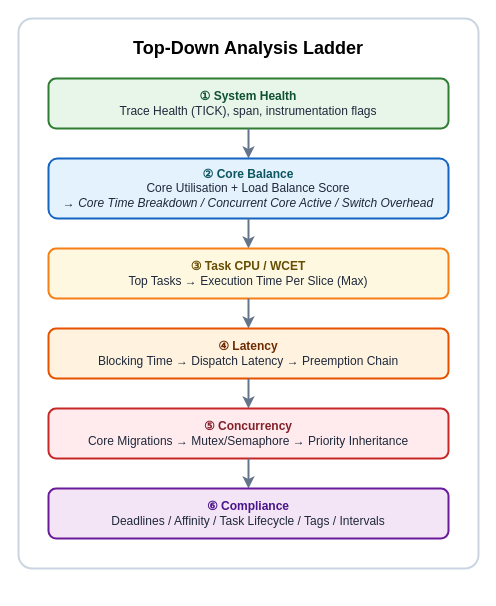
Earlier version of the draw.io diagram images/workflows.drawio (kuopinghsu/FreeRTOS-BTF-Trace). Source tidied: cells renumbered, new cells numbered last; positions are measured from the earlier drawing's top-left corner, leaving out a move shared by most shapes. Both pictures are drawn from the tidied source at 100%, with x=0, y=0 at pixel (18, 18).
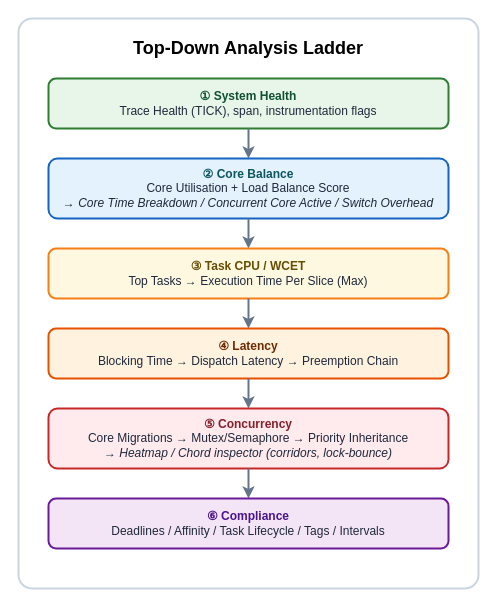
After the change.

What changed in the source:
```diff
@@
 <mxGraphModel>
   <root>
     <mxCell id="0" />
     <mxCell id="1" parent="0" />
     <mxCell id="2" style="rounded=1;whiteSpace=wrap;html=1;fillColor=#ffffff;strokeColor=#cbd5e1;strokeWidth=2;opacity=100;arcSize=3;" parent="1" vertex="1">
-      <mxGeometry width="460" height="550" as="geometry" />
+      <mxGeometry width="460" height="570" as="geometry" />
     </mxCell>
     <mxCell id="3" value="Top-Down Analysis Ladder" style="text;html=1;strokeColor=none;fillColor=none;align=center;verticalAlign=middle;whiteSpace=wrap;rounded=0;fontSize=18;fontStyle=1;" parent="1" vertex="1">
       <mxGeometry x="70" y="15" width="320" height="30" as="geometry" />
     </mxCell>
     <mxCell id="4" value="&lt;b style=&quot;color:#0f5132;&quot;&gt;① System Health&lt;/b&gt;&lt;br&gt;&lt;span style=&quot;color:#1e293b;&quot;&gt;Trace Health (TICK), span, instrumentation flags&lt;/span&gt;" style="rounded=1;whiteSpace=wrap;html=1;fillColor=#e8f5e9;strokeColor=#2e7d32;strokeWidth=2;fontSize=12;align=center;opacity=100;" parent="1" vertex="1">
       <mxGeometry x="30" y="60" width="400" height="50" as="geometry" />
     </mxCell>
     <mxCell id="5" style="edgeStyle=orthogonalEdgeStyle;rounded=0;jettySize=auto;html=1;exitX=0.5;exitY=1;exitDx=0;exitDy=0;entryX=0.5;entryY=0;entryDx=0;entryDy=0;strokeColor=#64748b;strokeWidth=2;" parent="1" edge="1" source="4" target="6">
       <mxGeometry relative="1" as="geometry" />
     </mxCell>
     <mxCell id="6" value="&lt;b style=&quot;color:#0c5460;&quot;&gt;② Core Balance&lt;/b&gt;&lt;br&gt;&lt;span style=&quot;color:#1e293b;&quot;&gt;Core Utilisation + Load Balance Score&lt;br&gt;&lt;i&gt;→ Core Time Breakdown / Concurrent Core Active / Switch Overhead&lt;/i&gt;&lt;/span&gt;" style="rounded=1;whiteSpace=wrap;html=1;fillColor=#e3f2fd;strokeColor=#1565c0;strokeWidth=2;fontSize=12;align=center;opacity=100;" parent="1" vertex="1">
       <mxGeometry x="30" y="140" width="400" height="60" as="geometry" />
     </mxCell>
     <mxCell id="7" style="edgeStyle=orthogonalEdgeStyle;rounded=0;jettySize=auto;html=1;exitX=0.5;exitY=1;exitDx=0;exitDy=0;entryX=0.5;entryY=0;entryDx=0;entryDy=0;strokeColor=#64748b;strokeWidth=2;" parent="1" edge="1" source="6" target="8">
       <mxGeometry relative="1" as="geometry" />
     </mxCell>
     <mxCell id="8" value="&lt;b style=&quot;color:#664d03;&quot;&gt;③ Task CPU / WCET&lt;/b&gt;&lt;br&gt;&lt;span style=&quot;color:#1e293b;&quot;&gt;Top Tasks → Execution Time Per Slice (Max)&lt;/span&gt;" style="rounded=1;whiteSpace=wrap;html=1;fillColor=#fff8e1;strokeColor=#f57f17;strokeWidth=2;fontSize=12;align=center;opacity=100;" parent="1" vertex="1">
       <mxGeometry x="30" y="230" width="400" height="50" as="geometry" />
     </mxCell>
     <mxCell id="9" style="edgeStyle=orthogonalEdgeStyle;rounded=0;jettySize=auto;html=1;exitX=0.5;exitY=1;exitDx=0;exitDy=0;entryX=0.5;entryY=0;entryDx=0;entryDy=0;strokeColor=#64748b;strokeWidth=2;" parent="1" edge="1" source="8" target="10">
       <mxGeometry relative="1" as="geometry" />
     </mxCell>
     <mxCell id="10" value="&lt;b style=&quot;color:#6e2a00;&quot;&gt;④ Latency&lt;/b&gt;&lt;br&gt;&lt;span style=&quot;color:#1e293b;&quot;&gt;Blocking Time → Dispatch Latency → Preemption Chain&lt;/span&gt;" style="rounded=1;whiteSpace=wrap;html=1;fillColor=#fff3e0;strokeColor=#e65100;strokeWidth=2;fontSize=12;align=center;opacity=100;" parent="1" vertex="1">
       <mxGeometry x="30" y="310" width="400" height="50" as="geometry" />
     </mxCell>
     <mxCell id="11" style="edgeStyle=orthogonalEdgeStyle;rounded=0;jettySize=auto;html=1;exitX=0.5;exitY=1;exitDx=0;exitDy=0;entryX=0.5;entryY=0;entryDx=0;entryDy=0;strokeColor=#64748b;strokeWidth=2;" parent="1" edge="1" source="10" target="12">
       <mxGeometry relative="1" as="geometry" />
     </mxCell>
-    <mxCell id="12" value="&lt;b style=&quot;color:#842029;&quot;&gt;⑤ Concurrency&lt;/b&gt;&lt;br&gt;&lt;span style=&quot;color:#1e293b;&quot;&gt;Core Migrations → Mutex/Semaphore → Priority Inheritance&lt;/span&gt;" style="rounded=1;whiteSpace=wrap;html=1;fillColor=#ffebee;strokeColor=#c62828;strokeWidth=2;fontSize=12;align=center;opacity=100;" parent="1" vertex="1">
-      <mxGeometry x="30" y="390" width="400" height="50" as="geometry" />
+    <mxCell id="12" value="&lt;b style=&quot;color:#842029;&quot;&gt;⑤ Concurrency&lt;/b&gt;&lt;br&gt;&lt;span style=&quot;color:#1e293b;&quot;&gt;Core Migrations → Mutex/Semaphore → Priority Inheritance&lt;br&gt;&lt;i&gt;→ Heatmap / Chord inspector (corridors, lock-bounce)&lt;/i&gt;&lt;/span&gt;" style="rounded=1;whiteSpace=wrap;html=1;fillColor=#ffebee;strokeColor=#c62828;strokeWidth=2;fontSize=12;align=center;opacity=100;" parent="1" vertex="1">
+      <mxGeometry x="30" y="390" width="400" height="60" as="geometry" />
     </mxCell>
     <mxCell id="13" style="edgeStyle=orthogonalEdgeStyle;rounded=0;jettySize=auto;html=1;exitX=0.5;exitY=1;exitDx=0;exitDy=0;entryX=0.5;entryY=0;entryDx=0;entryDy=0;strokeColor=#64748b;strokeWidth=2;" parent="1" edge="1" source="12" target="14">
       <mxGeometry relative="1" as="geometry" />
     </mxCell>
     <mxCell id="14" value="&lt;b style=&quot;color:#4a148c;&quot;&gt;⑥ Compliance&lt;/b&gt;&lt;br&gt;&lt;span style=&quot;color:#1e293b;&quot;&gt;Deadlines / Affinity / Task Lifecycle / Tags / Intervals&lt;/span&gt;" style="rounded=1;whiteSpace=wrap;html=1;fillColor=#f3e5f5;strokeColor=#6a1b9a;strokeWidth=2;fontSize=12;align=center;opacity=100;" parent="1" vertex="1">
-      <mxGeometry x="30" y="470" width="400" height="50" as="geometry" />
+      <mxGeometry x="30" y="480" width="400" height="50" as="geometry" />
     </mxCell>
   </root>
 </mxGraphModel>
```
